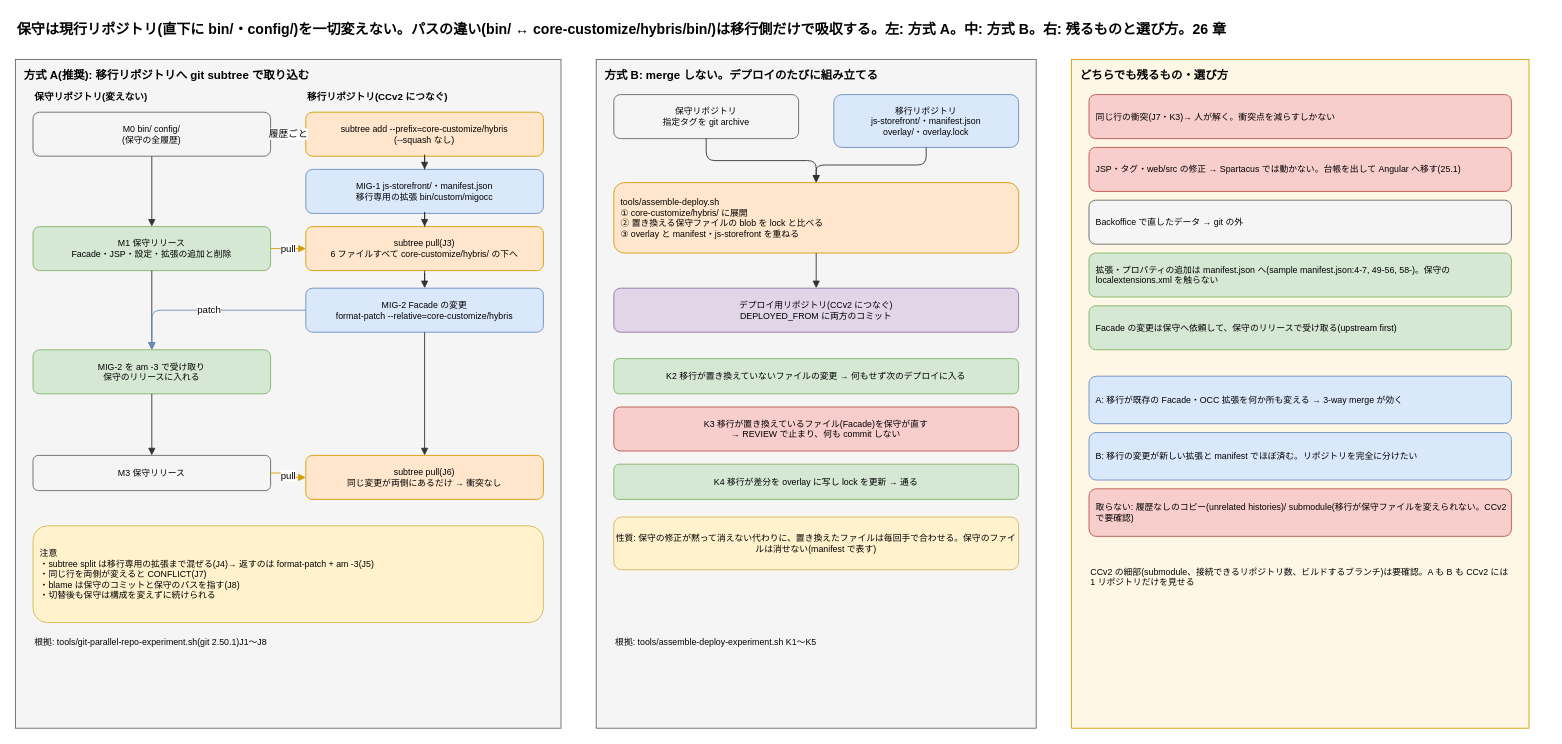
Before: page "25 保守と移行を並行させるリポジトリ戦略" (25 of 27) of docs/diagrams/spartacus-architecture.drawio in kazumasamatsumoto/spartacus-architecture-notes, a draw.io diagram. Source tidied: cells renumbered, new cells numbered last; positions are measured from the earlier drawing's top-left corner, leaving out a move shared by most shapes. Both pictures are drawn from the tidied source at 88%, with x=0, y=0 at pixel (15, 15).
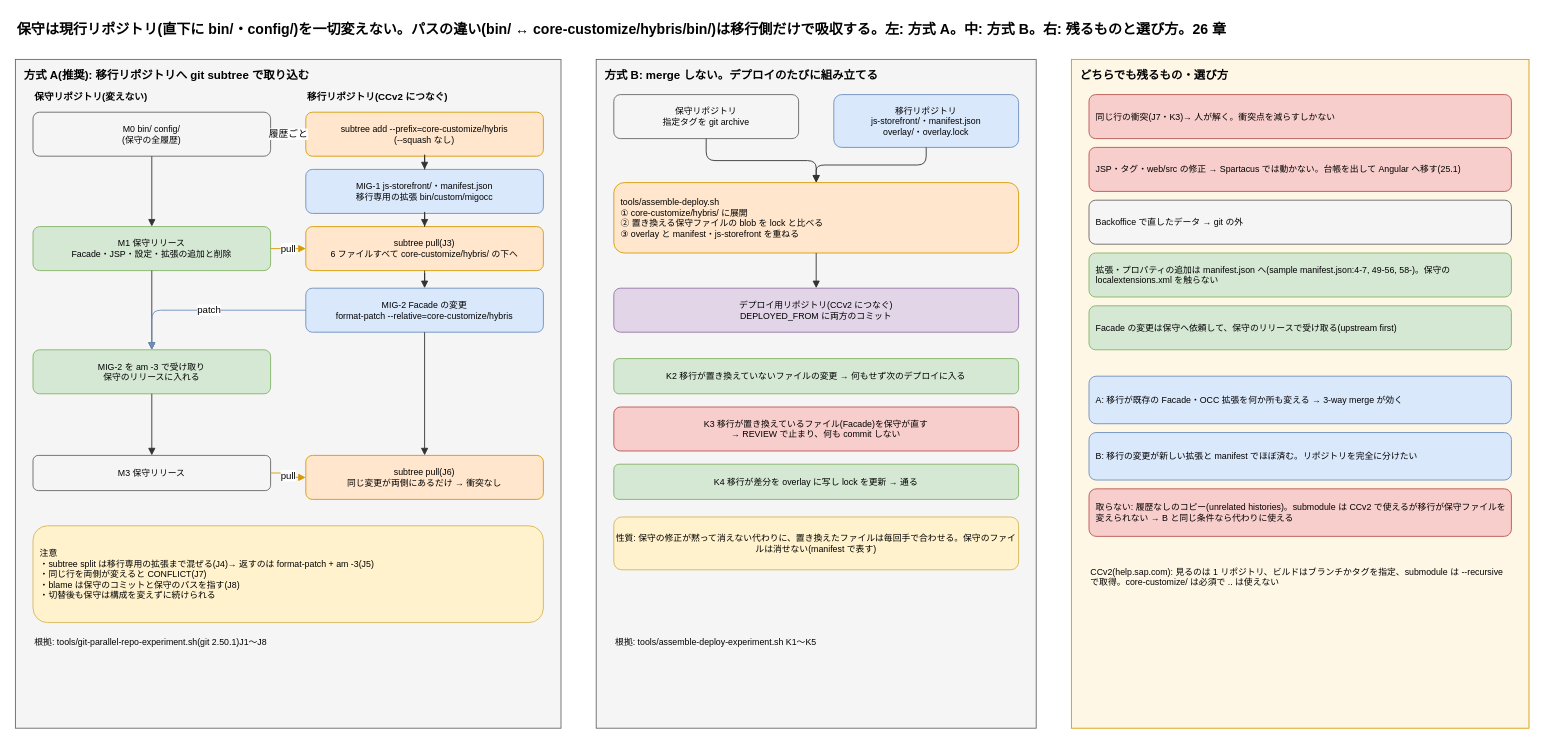
The same diagram, later.

Diff of the diagram source:
```diff
@@
-    <mxCell id="49" value="取らない: 履歴なしのコピー(unrelated histories)/ submodule(移行が保守ファイルを変えられない。CCv2 で要確認)" style="rounded=1;whiteSpace=wrap;html=1;fillColor=#f8cecc;strokeColor=#b85450;fontSize=10;align=center;verticalAlign=middle;align=left;spacingLeft=6;" parent="1" vertex="1">
+    <mxCell id="49" value="取らない: 履歴なしのコピー(unrelated histories)。submodule は CCv2 で使えるが移行が保守ファイルを変えられない → B と同じ条件なら代わりに使える" style="rounded=1;whiteSpace=wrap;html=1;fillColor=#f8cecc;strokeColor=#b85450;fontSize=10;align=center;verticalAlign=middle;align=left;spacingLeft=6;" parent="1" vertex="1">
       <mxGeometry x="1220" y="538" width="480" height="54" as="geometry" />
     </mxCell>
-    <mxCell id="50" value="CCv2 の細部(submodule、接続できるリポジトリ数、ビルドするブランチ)は要確認。A も B も CCv2 には 1 リポジトリだけを見せる" style="text;html=1;whiteSpace=wrap;align=left;verticalAlign=top;fontSize=10;" parent="1" vertex="1">
+    <mxCell id="50" value="CCv2(help.sap.com): 見るのは 1 リポジトリ、ビルドはブランチかタグを指定、submodule は --recursive で取得。core-customize/ は必須で .. は使えない" style="text;html=1;whiteSpace=wrap;align=left;verticalAlign=top;fontSize=10;" parent="1" vertex="1">
       <mxGeometry x="1220" y="620" width="480" height="50" as="geometry" />
     </mxCell>
```
